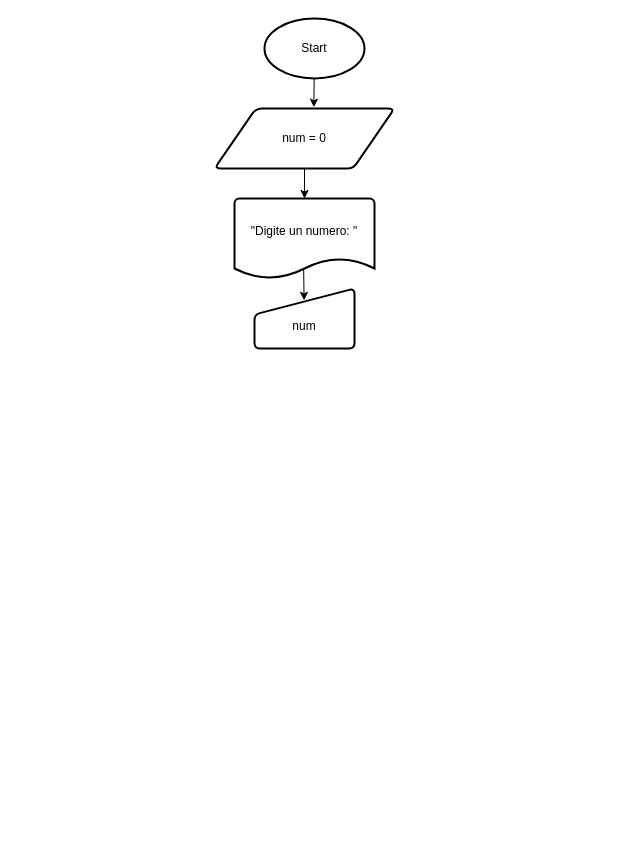
AnthonyLozadaAlexander/DiagramaDeFlujos keeps this draw.io diagram as DeterminarSiUnNumeroEsPrimo.drawio. Above is the earlier version. Source tidied: cells renumbered, new cells numbered last; positions are measured from the earlier drawing's top-left corner, leaving out a move shared by most shapes. Both pictures are drawn from the tidied source at 100%, with x=0, y=0 at pixel (214, 18).
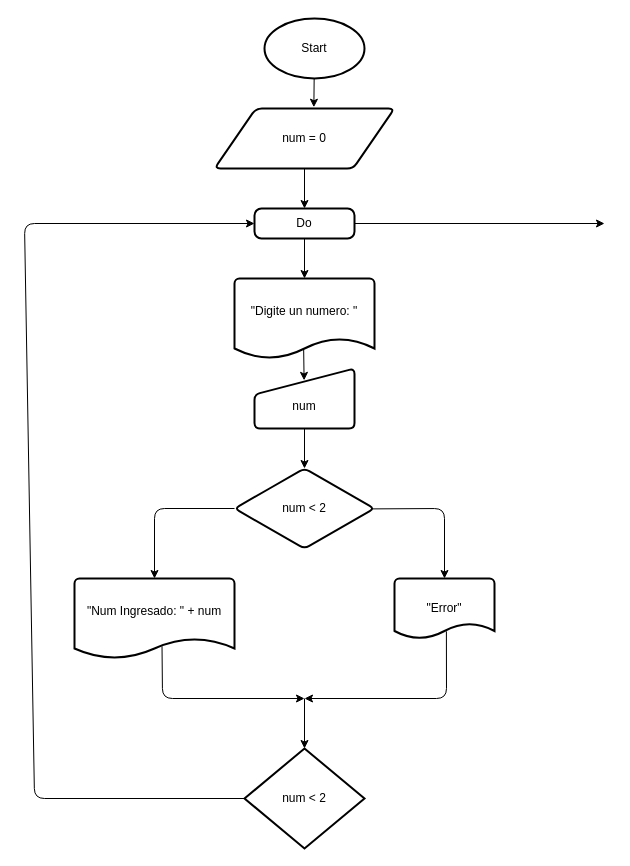
Above is the later version.

Commit message:
Actualizar diagrama de flujo para determinar si un número es primo, mejorando la disposición y la claridad de los elementos.

The change refers to these unchanged cells:
```xml
<mxCell id="4" value="num = 0" style="shape=parallelogram;html=1;strokeWidth=2;perimeter=parallelogramPerimeter;whiteSpace=wrap;rounded=1;arcSize=12;size=0.23;" parent="1" vertex="1">
  <mxGeometry y="90" width="180" height="60" as="geometry" />
</mxCell>
```

What changed in the source:
```diff
@@
-    <mxCell id="3" style="edgeStyle=none;html=1;" parent="1" edge="1" source="4" target="6">
+    <mxCell id="3" style="edgeStyle=none;html=1;" parent="1" edge="1" source="20" target="6">
       <mxGeometry relative="1" as="geometry" />
     </mxCell>
@@
     <mxCell id="6" value="&quot;Digite un numero: &quot;&lt;div&gt;&lt;br&gt;&lt;/div&gt;" style="strokeWidth=2;html=1;shape=mxgraph.flowchart.document2;whiteSpace=wrap;size=0.25;" parent="1" vertex="1">
-      <mxGeometry x="20" y="180" width="140" height="80" as="geometry" />
+      <mxGeometry x="20" y="260" width="140" height="80" as="geometry" />
     </mxCell>
+    <mxCell id="9" style="edgeStyle=none;html=1;" parent="1" edge="1" source="7" target="12">
+      <mxGeometry relative="1" as="geometry" />
+    </mxCell>
     <mxCell id="7" value="&lt;div&gt;&lt;br&gt;&lt;/div&gt;&lt;div&gt;num&lt;/div&gt;" style="html=1;strokeWidth=2;shape=manualInput;whiteSpace=wrap;rounded=1;size=26;arcSize=11;" parent="1" vertex="1">
-      <mxGeometry x="40" y="270" width="100" height="60" as="geometry" />
+      <mxGeometry x="40" y="350" width="100" height="60" as="geometry" />
     </mxCell>
@@
+    <mxCell id="10" style="edgeStyle=none;html=1;entryX=0.5;entryY=0;entryDx=0;entryDy=0;entryPerimeter=0;" parent="1" edge="1" source="12" target="14">
+      <mxGeometry relative="1" as="geometry">
+        <Array as="points">
+          <mxPoint x="-60" y="490" />
+        </Array>
+      </mxGeometry>
+    </mxCell>
+    <mxCell id="11" style="edgeStyle=none;html=1;entryX=0.5;entryY=0;entryDx=0;entryDy=0;entryPerimeter=0;exitX=0.975;exitY=0.505;exitDx=0;exitDy=0;exitPerimeter=0;" parent="1" edge="1" source="12" target="16">
+      <mxGeometry relative="1" as="geometry">
+        <Array as="points">
+          <mxPoint x="230" y="490" />
+        </Array>
+      </mxGeometry>
+    </mxCell>
+    <mxCell id="12" value="num &amp;lt; 2" style="rhombus;whiteSpace=wrap;html=1;strokeWidth=2;rounded=1;arcSize=11;" parent="1" vertex="1">
+      <mxGeometry x="20" y="450" width="140" height="80" as="geometry" />
+    </mxCell>
+    <mxCell id="13" style="edgeStyle=none;html=1;exitX=0.547;exitY=0.847;exitDx=0;exitDy=0;exitPerimeter=0;" parent="1" edge="1" source="14">
+      <mxGeometry relative="1" as="geometry">
+        <mxPoint x="90" y="680" as="targetPoint" />
+        <Array as="points">
+          <mxPoint x="-52" y="680" />
+        </Array>
+      </mxGeometry>
+    </mxCell>
+    <mxCell id="14" value="&quot;Num Ingresado: &quot; + num&lt;div&gt;&lt;br&gt;&lt;/div&gt;" style="strokeWidth=2;html=1;shape=mxgraph.flowchart.document2;whiteSpace=wrap;size=0.25;" parent="1" vertex="1">
+      <mxGeometry x="-140" y="560" width="160" height="80" as="geometry" />
+    </mxCell>
+    <mxCell id="15" style="edgeStyle=none;html=1;exitX=0.519;exitY=0.881;exitDx=0;exitDy=0;exitPerimeter=0;" parent="1" edge="1" source="16">
+      <mxGeometry relative="1" as="geometry">
+        <mxPoint x="90" y="680" as="targetPoint" />
+        <Array as="points">
+          <mxPoint x="232" y="680" />
+        </Array>
+      </mxGeometry>
+    </mxCell>
+    <mxCell id="16" value="&quot;Error&quot;" style="strokeWidth=2;html=1;shape=mxgraph.flowchart.document2;whiteSpace=wrap;size=0.25;" parent="1" vertex="1">
+      <mxGeometry x="180" y="560" width="100" height="60" as="geometry" />
+    </mxCell>
+    <mxCell id="17" style="edgeStyle=none;orthogonalLoop=1;jettySize=auto;html=1;" parent="1" edge="1">
+      <mxGeometry relative="1" as="geometry">
+        <mxPoint x="90" y="680" as="sourcePoint" />
+        <mxPoint x="90" y="730" as="targetPoint" />
+      </mxGeometry>
+    </mxCell>
+    <mxCell id="18" style="edgeStyle=none;html=1;" parent="1" edge="1" source="4" target="20">
+      <mxGeometry relative="1" as="geometry" />
+    </mxCell>
+    <mxCell id="19" style="edgeStyle=none;html=1;" parent="1" edge="1" source="20">
+      <mxGeometry relative="1" as="geometry">
+        <mxPoint x="390" y="205" as="targetPoint" />
+      </mxGeometry>
+    </mxCell>
+    <mxCell id="20" value="Do" style="rounded=1;whiteSpace=wrap;html=1;absoluteArcSize=1;arcSize=14;strokeWidth=2;" parent="1" vertex="1">
+      <mxGeometry x="40" y="190" width="100" height="30" as="geometry" />
+    </mxCell>
+    <mxCell id="21" style="edgeStyle=none;html=1;" parent="1" edge="1" source="22" target="20">
+      <mxGeometry relative="1" as="geometry">
+        <Array as="points">
+          <mxPoint x="-180" y="780" />
+          <mxPoint x="-190" y="205" />
+        </Array>
+      </mxGeometry>
+    </mxCell>
+    <mxCell id="22" value="num &amp;lt; 2" style="strokeWidth=2;html=1;shape=mxgraph.flowchart.decision;whiteSpace=wrap;" parent="1" vertex="1">
+      <mxGeometry x="30" y="730" width="120" height="100" as="geometry" />
+    </mxCell>
```
